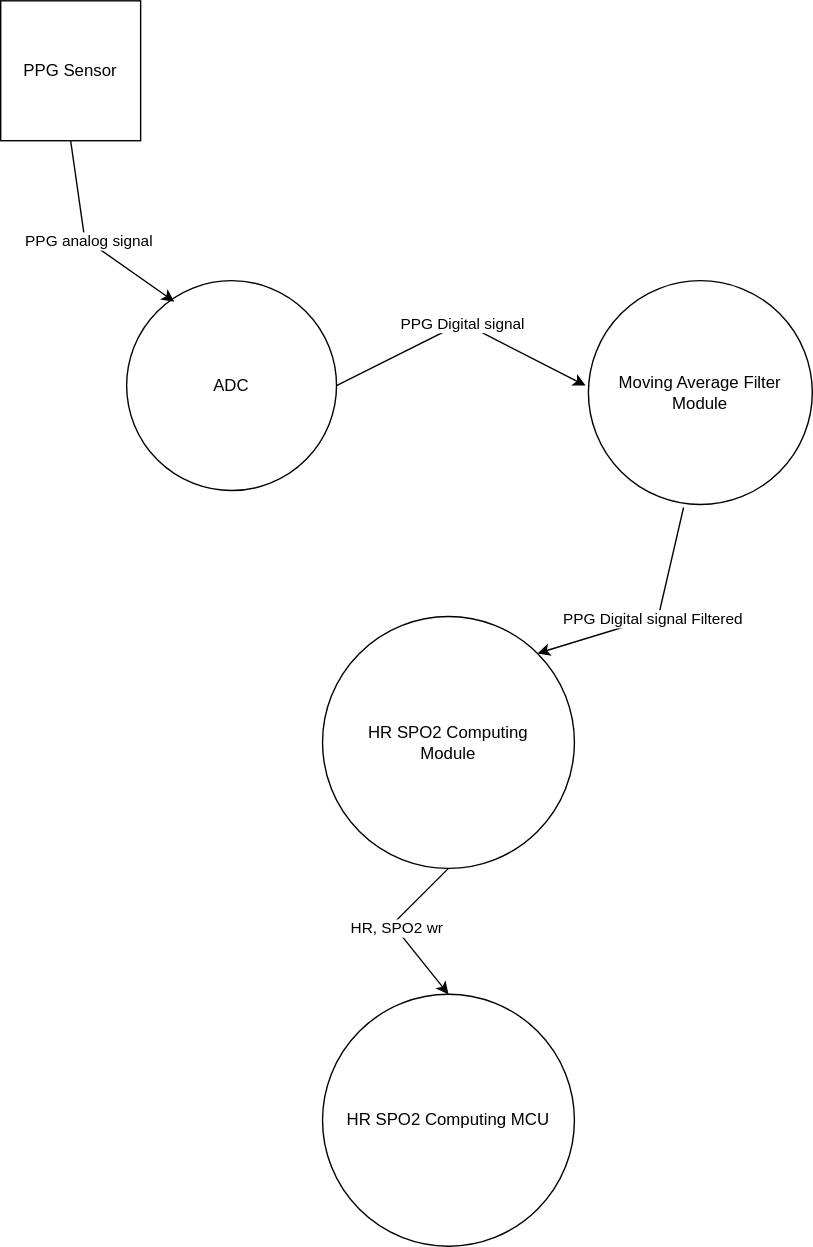
Before: diagrams/level2_hr_spo2.svg, a diagram exported from draw.io (Tonyb94/PPG-Signal-Processing). Source tidied: cells renumbered, new cells last; positions are measured from the earlier drawing's top-left corner, leaving out a move shared by most shapes.
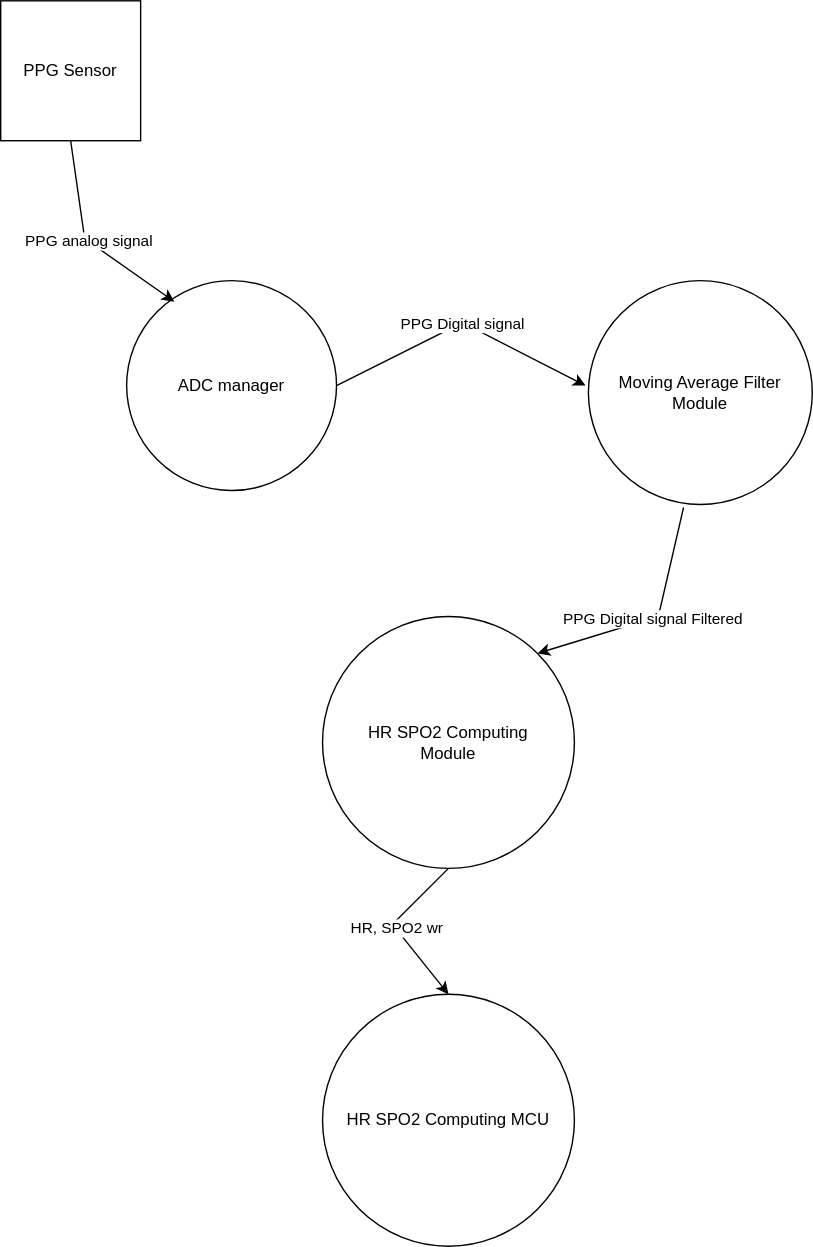
After the commit.

Change to the diagram source:
```diff
@@ -2,7 +2,7 @@
   <root>
     <mxCell id="0" />
     <mxCell id="1" parent="0" />
-    <mxCell id="2" value="ADC" style="ellipse;whiteSpace=wrap;html=1;" parent="1" vertex="1">
+    <mxCell id="2" value="ADC manager" style="ellipse;whiteSpace=wrap;html=1;" parent="1" vertex="1">
       <mxGeometry x="90" y="200" width="150" height="150" as="geometry" />
     </mxCell>
     <mxCell id="3" value="PPG Sensor" style="whiteSpace=wrap;html=1;" parent="1" vertex="1">
```
